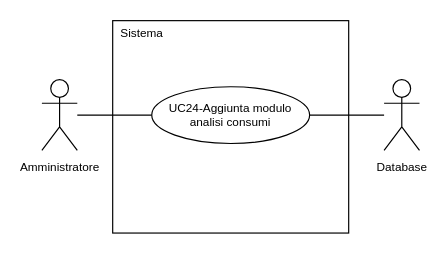
The draw.io diagram 2-RTB/Documenti_esterni/Analisi_dei_requisiti/draw.io/UC24.drawio in SnakeByteTeam/snakebyteteam.github.io, before the edit. Source tidied: cells renumbered, new cells numbered last; positions are measured from the earlier drawing's top-left corner, leaving out a move shared by most shapes. Both pictures are drawn from the tidied source at 118%, with x=0, y=0 at pixel (41, 20).
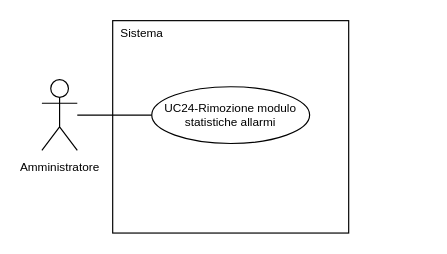
The same page after the edit.

Diff of the diagram source:
```diff
@@
 <mxGraphModel>
   <root>
     <mxCell id="0" />
     <mxCell id="1" parent="0" />
     <mxCell id="2" value="&lt;font style=&quot;font-size: 10px; line-height: 100%;&quot;&gt;Amministratore&lt;/font&gt;" style="shape=umlActor;verticalLabelPosition=bottom;verticalAlign=top;html=1;outlineConnect=0;" parent="1" vertex="1">
       <mxGeometry y="50" width="30" height="60" as="geometry" />
     </mxCell>
     <mxCell id="3" style="rounded=0;whiteSpace=wrap;html=1;" parent="1" vertex="1">
       <mxGeometry x="60" width="200" height="180" as="geometry" />
     </mxCell>
     <mxCell id="4" style="edgeStyle=orthogonalEdgeStyle;rounded=0;jettySize=auto;html=1;exitX=0;exitY=0.5;exitDx=0;exitDy=0;endArrow=none;endFill=0;" parent="1" edge="1" source="5" target="2">
       <mxGeometry relative="1" as="geometry" />
     </mxCell>
-    <mxCell id="5" value="&lt;div style=&quot;line-height: 100%;&quot;&gt;&lt;font style=&quot;line-height: 100%; font-size: 10px;&quot;&gt;UC24-Aggiunta modulo&lt;/font&gt;&lt;/div&gt;&lt;div style=&quot;line-height: 100%;&quot;&gt;&lt;span style=&quot;font-size: 10px;&quot;&gt;analisi consumi&lt;/span&gt;&lt;/div&gt;" style="ellipse;whiteSpace=wrap;html=1;" parent="1" vertex="1">
+    <mxCell id="5" value="&lt;div style=&quot;line-height: 100%;&quot;&gt;&lt;font style=&quot;line-height: 100%; font-size: 10px;&quot;&gt;UC24-Rimozione modulo&lt;/font&gt;&lt;/div&gt;&lt;div style=&quot;line-height: 100%;&quot;&gt;&lt;span style=&quot;font-size: 10px;&quot;&gt;statistiche allarmi&lt;/span&gt;&lt;/div&gt;" style="ellipse;whiteSpace=wrap;html=1;" parent="1" vertex="1">
       <mxGeometry x="93.1" y="56" width="133.8" height="48.1" as="geometry" />
     </mxCell>
     <mxCell id="6" value="&lt;font style=&quot;font-size: 10px;&quot;&gt;Sistema&lt;/font&gt;" style="text;html=1;whiteSpace=wrap;strokeColor=none;fillColor=none;align=center;verticalAlign=middle;rounded=0;" parent="1" vertex="1">
       <mxGeometry x="60" width="50" height="20" as="geometry" />
     </mxCell>
-    <mxCell id="7" style="edgeStyle=orthogonalEdgeStyle;rounded=0;jettySize=auto;html=1;entryX=1;entryY=0.5;entryDx=0;entryDy=0;endArrow=none;endFill=0;" parent="1" edge="1" source="8" target="5">
-      <mxGeometry relative="1" as="geometry" />
-    </mxCell>
-    <mxCell id="8" value="&lt;font style=&quot;font-size: 10px; line-height: 100%;&quot;&gt;Database&lt;/font&gt;" style="shape=umlActor;verticalLabelPosition=bottom;verticalAlign=top;html=1;outlineConnect=0;" parent="1" vertex="1">
-      <mxGeometry x="290" y="50" width="30" height="60" as="geometry" />
-    </mxCell>
   </root>
 </mxGraphModel>
```
